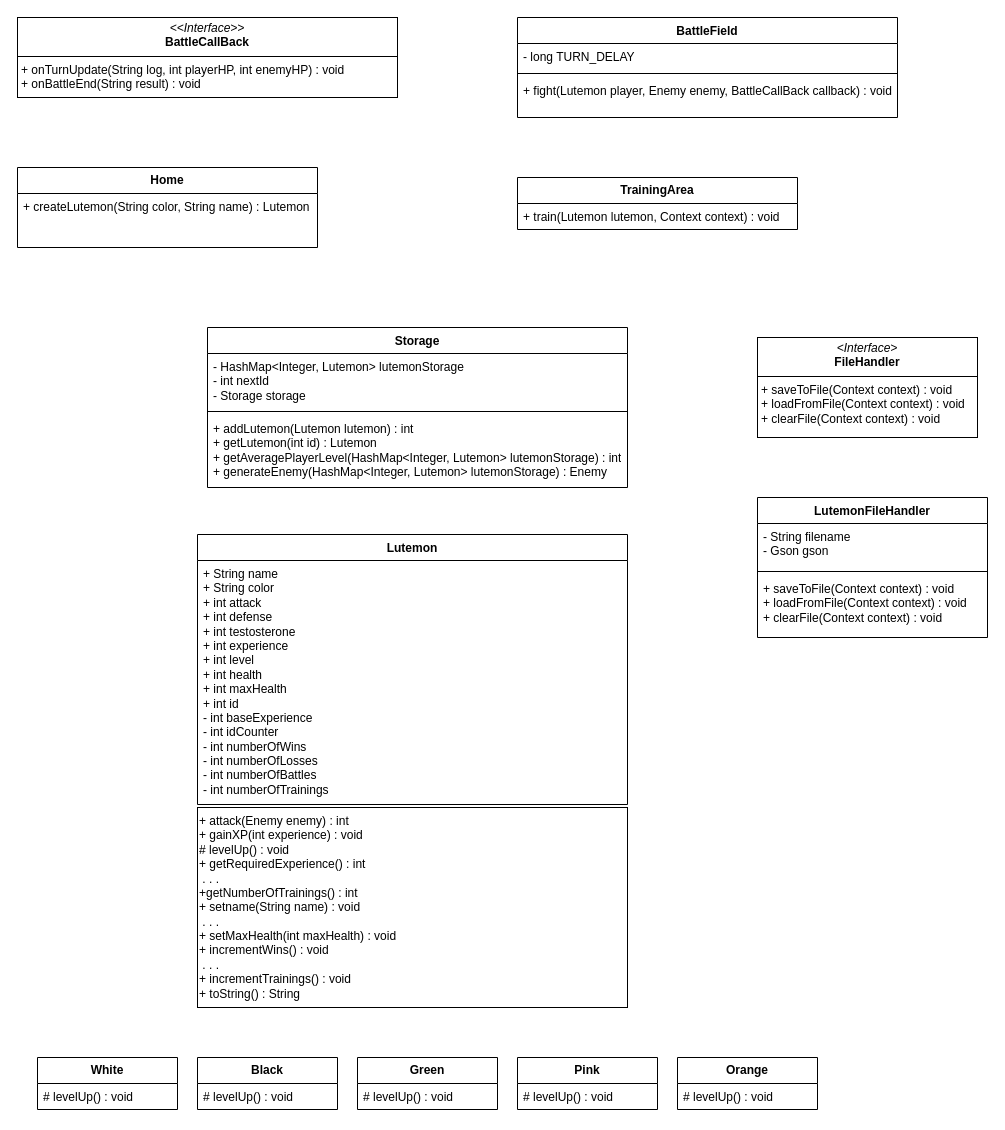
Earlier version of the draw.io diagram Lutemon_UML_Diagram.drawio (remeseeli/Finno-Ugric-Lutemon). Source tidied: cells renumbered, new cells numbered last; positions are measured from the earlier drawing's top-left corner, leaving out a move shared by most shapes. Both pictures are drawn from the tidied source at 100%, with x=0, y=0 at pixel (17, 17).
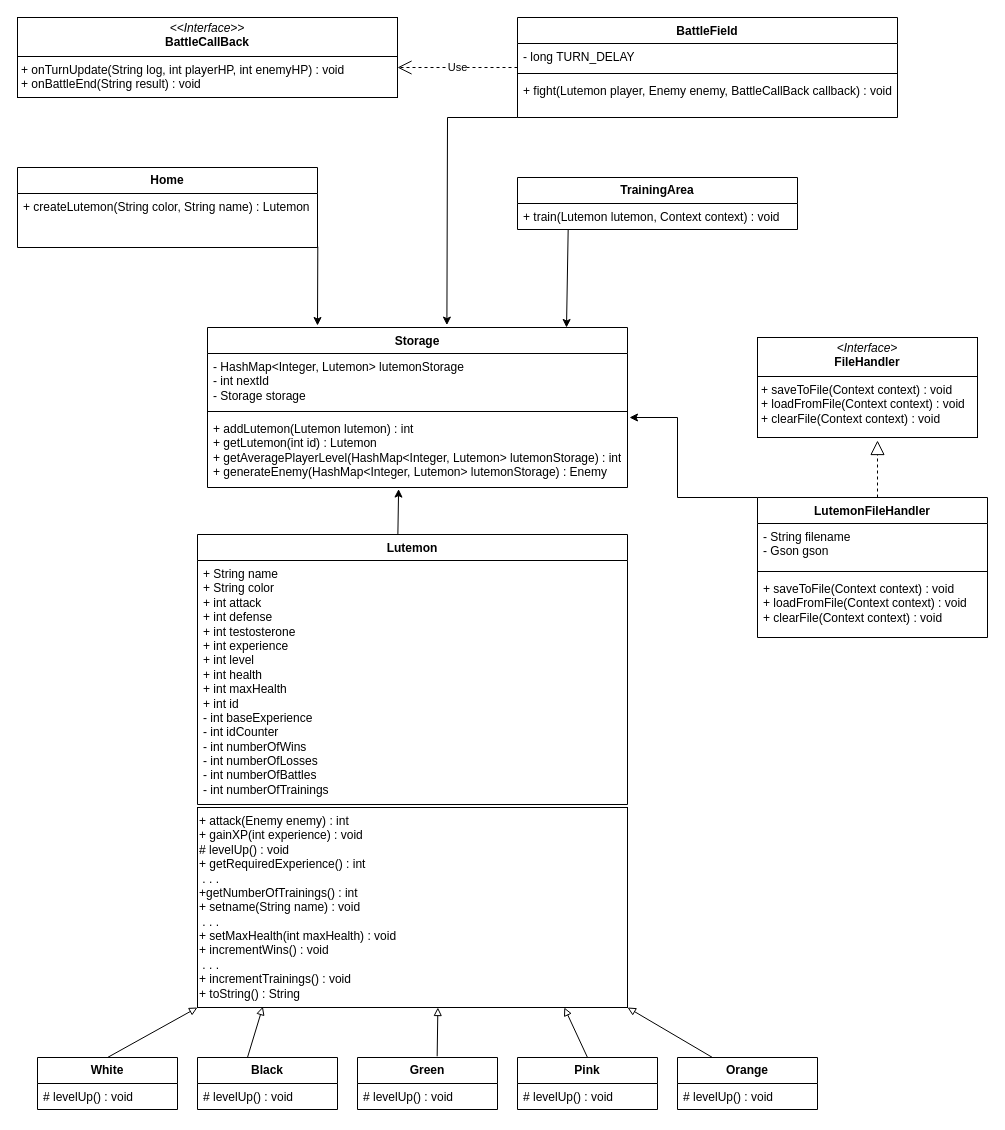
Above is the later version.

Commit message:
UML Diagram now has association arrows.

Unchanged cells that the change refers to:
```xml
<mxCell id="3" value="+ createLutemon(String color, String name) : Lutemon" style="text;strokeColor=none;fillColor=none;align=left;verticalAlign=top;spacingLeft=4;spacingRight=4;overflow=hidden;points=[[0,0.5],[1,0.5]];portConstraint=eastwest;whiteSpace=wrap;html=1;" parent="2" vertex="1">
  <mxGeometry y="26" width="300" height="54" as="geometry" />
</mxCell>
<mxCell id="4" value="Storage" style="swimlane;fontStyle=1;align=center;verticalAlign=top;horizontal=1;startSize=26;whiteSpace=wrap;html=1;" parent="1" vertex="1">
  <mxGeometry x="190" y="310" width="420" height="160" as="geometry" />
</mxCell>
<mxCell id="7" value="+ addLutemon(Lutemon lutemon) : int&lt;div&gt;+ getLutemon(int id) : Lutemon&lt;/div&gt;&lt;div&gt;+ getAveragePlayerLevel(HashMap&amp;lt;Integer, Lutemon&amp;gt; lutemonStorage) : int&lt;/div&gt;&lt;div&gt;+ generateEnemy(HashMap&amp;lt;Integer, Lutemon&amp;gt; lutemonStorage) : Enemy&lt;/div&gt;" style="text;strokeColor=none;fillColor=none;align=left;verticalAlign=top;spacingLeft=4;spacingRight=4;overflow=hidden;points=[[0,0.5],[1,0.5]];portConstraint=eastwest;whiteSpace=wrap;html=1;" parent="4" vertex="1">
  <mxGeometry y="88" width="420" height="72" as="geometry" />
</mxCell>
<mxCell id="10" value="- long TURN_DELAY" style="text;strokeColor=none;fillColor=none;align=left;verticalAlign=top;spacingLeft=4;spacingRight=4;overflow=hidden;points=[[0,0.5],[1,0.5]];portConstraint=eastwest;whiteSpace=wrap;html=1;" parent="9" vertex="1">
  <mxGeometry y="26" width="380" height="26" as="geometry" />
</mxCell>
<mxCell id="14" value="+ train(Lutemon lutemon, Context context) : void" style="text;strokeColor=none;fillColor=none;align=left;verticalAlign=top;spacingLeft=4;spacingRight=4;overflow=hidden;points=[[0,0.5],[1,0.5]];portConstraint=eastwest;whiteSpace=wrap;html=1;" parent="13" vertex="1">
  <mxGeometry y="26" width="280" height="26" as="geometry" />
</mxCell>
<mxCell id="15" value="Lutemon" style="swimlane;fontStyle=1;align=center;verticalAlign=top;horizontal=1;startSize=26;whiteSpace=wrap;html=1;" parent="1" vertex="1">
  <mxGeometry x="180" y="517" width="430" height="270" as="geometry" />
</mxCell>
<mxCell id="18" value="+ attack(Enemy enemy) : int&lt;div&gt;+ gainXP(int experience) : void&lt;/div&gt;&lt;div&gt;# levelUp() : void&lt;/div&gt;&lt;div&gt;+ getRequiredExperience() : int&lt;/div&gt;&lt;div&gt;&amp;nbsp;. . .&lt;/div&gt;&lt;div&gt;+getNumberOfTrainings() : int&lt;/div&gt;&lt;div&gt;+ setname(String name) : void&lt;/div&gt;&lt;div&gt;&amp;nbsp;. . .&lt;/div&gt;&lt;div&gt;+ setMaxHealth(int maxHealth) : void&lt;/div&gt;&lt;div&gt;+ incrementWins() : void&lt;/div&gt;&lt;div&gt;&amp;nbsp;. . .&lt;/div&gt;&lt;div&gt;+ incrementTrainings() : void&lt;/div&gt;&lt;div&gt;+ toString() : String&lt;/div&gt;" style="html=1;whiteSpace=wrap;align=left;fillColor=none;" parent="1" vertex="1">
  <mxGeometry x="180" y="790" width="430" height="200" as="geometry" />
</mxCell>
<mxCell id="19" value="&lt;b&gt;White&lt;/b&gt;" style="swimlane;fontStyle=0;horizontal=1;startSize=26;fillColor=none;whiteSpace=wrap;html=1;" parent="1" vertex="1">
  <mxGeometry x="20" y="1040" width="140" height="52" as="geometry" />
</mxCell>
<mxCell id="21" value="&lt;b&gt;Black&lt;/b&gt;" style="swimlane;fontStyle=0;horizontal=1;startSize=26;fillColor=none;whiteSpace=wrap;html=1;" parent="1" vertex="1">
  <mxGeometry x="180" y="1040" width="140" height="52" as="geometry" />
</mxCell>
<mxCell id="23" value="&lt;b&gt;Green&lt;/b&gt;" style="swimlane;fontStyle=0;horizontal=1;startSize=26;fillColor=none;whiteSpace=wrap;html=1;" parent="1" vertex="1">
  <mxGeometry x="340" y="1040" width="140" height="52" as="geometry" />
</mxCell>
<mxCell id="25" value="&lt;b&gt;Pink&lt;/b&gt;" style="swimlane;fontStyle=0;horizontal=1;startSize=26;fillColor=none;whiteSpace=wrap;html=1;" parent="1" vertex="1">
  <mxGeometry x="500" y="1040" width="140" height="52" as="geometry" />
</mxCell>
<mxCell id="27" value="&lt;b&gt;Orange&lt;/b&gt;" style="swimlane;fontStyle=0;horizontal=1;startSize=26;fillColor=none;whiteSpace=wrap;html=1;" parent="1" vertex="1">
  <mxGeometry x="660" y="1040" width="140" height="52" as="geometry" />
</mxCell>
<mxCell id="30" value="LutemonFileHandler" style="swimlane;fontStyle=1;align=center;verticalAlign=top;horizontal=1;startSize=26;whiteSpace=wrap;html=1;" parent="1" vertex="1">
  <mxGeometry x="740" y="480" width="230" height="140" as="geometry" />
</mxCell>
```

Change to the diagram source:
```diff
@@
+    <mxCell id="34" style="endArrow=none;html=1;rounded=0;" parent="1" edge="1">
+      <mxGeometry relative="1" as="geometry">
+        <mxPoint x="430" y="100" as="sourcePoint" />
+        <mxPoint x="500" y="100" as="targetPoint" />
+      </mxGeometry>
+    </mxCell>
+    <mxCell id="35" style="endArrow=classic;html=1;rounded=0;entryX=0.57;entryY=-0.015;entryDx=0;entryDy=0;entryPerimeter=0;" parent="1" edge="1" target="4">
+      <mxGeometry relative="1" as="geometry">
+        <mxPoint x="430" y="100" as="sourcePoint" />
+      </mxGeometry>
+    </mxCell>
+    <mxCell id="36" style="endArrow=classic;html=1;rounded=0;exitX=0.181;exitY=0.985;exitDx=0;exitDy=0;exitPerimeter=0;" parent="1" edge="1" source="14">
+      <mxGeometry relative="1" as="geometry">
+        <mxPoint x="549" y="310" as="targetPoint" />
+      </mxGeometry>
+    </mxCell>
+    <mxCell id="37" style="endArrow=classic;html=1;rounded=0;exitX=1.001;exitY=0.985;exitDx=0;exitDy=0;exitPerimeter=0;" parent="1" edge="1" source="3">
+      <mxGeometry relative="1" as="geometry">
+        <mxPoint x="300" y="308" as="targetPoint" />
+      </mxGeometry>
+    </mxCell>
+    <mxCell id="38" style="endArrow=none;html=1;rounded=0;entryX=0;entryY=0;entryDx=0;entryDy=0;" parent="1" edge="1" target="30">
+      <mxGeometry relative="1" as="geometry">
+        <mxPoint x="660" y="480" as="sourcePoint" />
+      </mxGeometry>
+    </mxCell>
+    <mxCell id="39" style="endArrow=none;html=1;rounded=0;" parent="1" edge="1">
+      <mxGeometry relative="1" as="geometry">
+        <mxPoint x="660" y="480" as="sourcePoint" />
+        <mxPoint x="660" y="400" as="targetPoint" />
+      </mxGeometry>
+    </mxCell>
+    <mxCell id="40" style="endArrow=classic;html=1;rounded=0;" parent="1" edge="1">
+      <mxGeometry relative="1" as="geometry">
+        <mxPoint x="660" y="400" as="sourcePoint" />
+        <mxPoint x="612" y="400" as="targetPoint" />
+      </mxGeometry>
+    </mxCell>
+    <mxCell id="41" style="endArrow=block;dashed=1;endFill=0;endSize=12;html=1;rounded=0;" parent="1" edge="1">
+      <mxGeometry relative="1" as="geometry">
+        <mxPoint x="860" y="480" as="sourcePoint" />
+        <mxPoint x="860" y="423" as="targetPoint" />
+      </mxGeometry>
+    </mxCell>
+    <mxCell id="42" value="Use" style="endArrow=open;endSize=12;dashed=1;html=1;rounded=0;exitX=0;exitY=0.923;exitDx=0;exitDy=0;exitPerimeter=0;" parent="1" edge="1" source="10">
+      <mxGeometry relative="1" as="geometry">
+        <mxPoint x="380" y="50" as="targetPoint" />
+      </mxGeometry>
+    </mxCell>
+    <mxCell id="43" style="endArrow=classic;html=1;rounded=0;exitX=0.466;exitY=-0.002;exitDx=0;exitDy=0;exitPerimeter=0;entryX=0.455;entryY=1.022;entryDx=0;entryDy=0;entryPerimeter=0;" parent="1" edge="1" source="15" target="7">
+      <mxGeometry relative="1" as="geometry" />
+    </mxCell>
+    <mxCell id="44" style="endArrow=block;html=1;rounded=0;endFill=0;entryX=0;entryY=1;entryDx=0;entryDy=0;exitX=0.5;exitY=0;exitDx=0;exitDy=0;" parent="1" edge="1" source="19" target="18">
+      <mxGeometry relative="1" as="geometry" />
+    </mxCell>
+    <mxCell id="45" style="endArrow=block;html=1;rounded=0;endFill=0;entryX=0.152;entryY=0.996;entryDx=0;entryDy=0;exitX=0.357;exitY=0;exitDx=0;exitDy=0;entryPerimeter=0;exitPerimeter=0;" parent="1" edge="1" source="21" target="18">
+      <mxGeometry relative="1" as="geometry" />
+    </mxCell>
+    <mxCell id="46" style="endArrow=block;html=1;rounded=0;endFill=0;entryX=0.559;entryY=1;entryDx=0;entryDy=0;exitX=0.569;exitY=-0.023;exitDx=0;exitDy=0;entryPerimeter=0;exitPerimeter=0;" parent="1" edge="1" source="23" target="18">
+      <mxGeometry relative="1" as="geometry" />
+    </mxCell>
+    <mxCell id="47" style="endArrow=block;html=1;rounded=0;endFill=0;entryX=0.853;entryY=1;entryDx=0;entryDy=0;exitX=0.5;exitY=0;exitDx=0;exitDy=0;entryPerimeter=0;" parent="1" edge="1" source="25" target="18">
+      <mxGeometry relative="1" as="geometry" />
+    </mxCell>
+    <mxCell id="48" style="endArrow=block;html=1;rounded=0;endFill=0;entryX=1;entryY=1;entryDx=0;entryDy=0;exitX=0.25;exitY=0;exitDx=0;exitDy=0;" parent="1" edge="1" source="27" target="18">
+      <mxGeometry relative="1" as="geometry" />
+    </mxCell>
```
